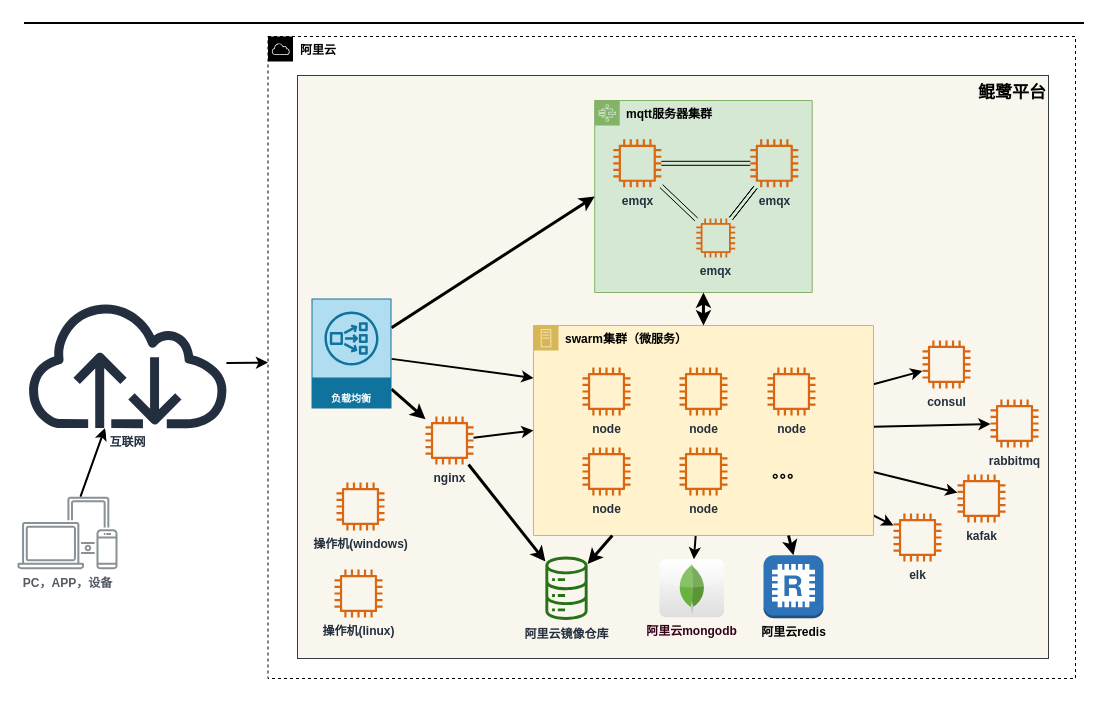
Before: cloud.drawio in jimmy0/chart, a draw.io diagram. Source tidied: cells renumbered, new cells numbered last; positions are measured from the earlier drawing's top-left corner, leaving out a move shared by most shapes. Both pictures are drawn from the tidied source at 100%, with x=0, y=0 at pixel (17, 18).
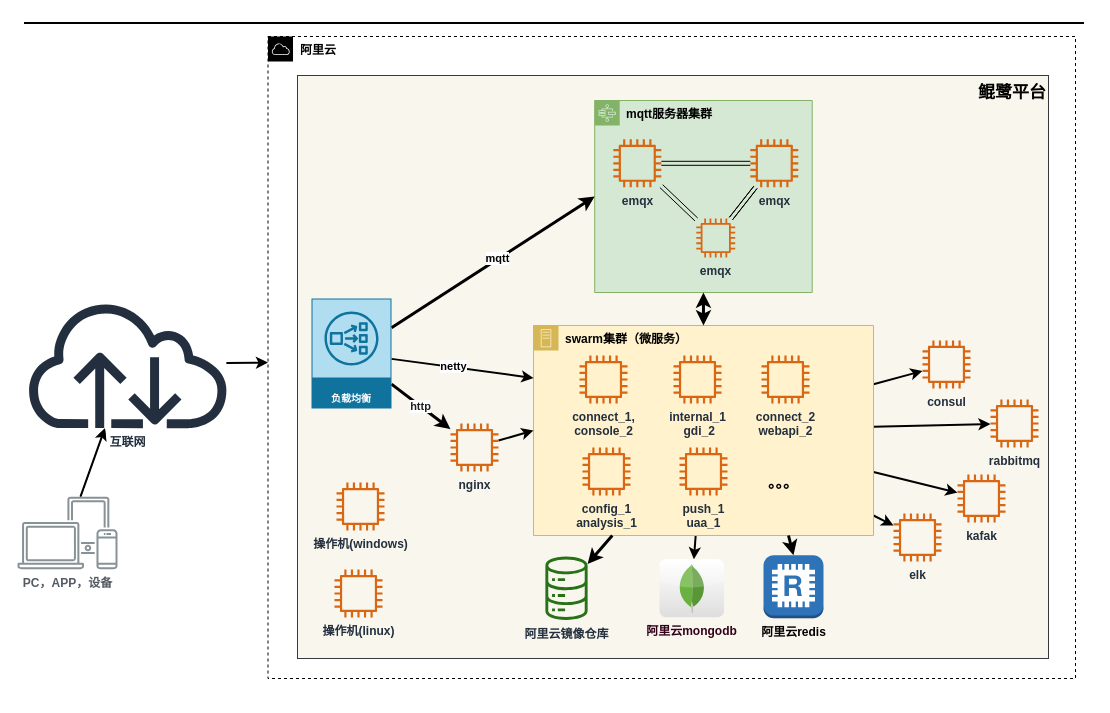
After the change.

Unchanged cells that the change refers to:
```xml
<mxCell id="33" value="阿里云镜像仓库" style="outlineConnect=0;fontColor=#232F3E;gradientColor=none;fillColor=#277116;strokeColor=none;dashed=0;verticalLabelPosition=bottom;verticalAlign=top;align=center;html=1;fontSize=12;fontStyle=1;shape=mxgraph.aws4.iot_analytics_data_store;" parent="1" vertex="1">
  <mxGeometry x="527" y="538" width="44" height="63.5" as="geometry" />
</mxCell>
<mxCell id="39" style="rounded=0;jettySize=auto;html=1;entryX=0;entryY=0.5;entryDx=0;entryDy=0;fontColor=#212121;fontStyle=1;strokeWidth=3;" parent="1" edge="1" source="42" target="4">
  <mxGeometry relative="1" as="geometry" />
</mxCell>
<mxCell id="41" style="edgeStyle=none;rounded=0;jettySize=auto;html=1;entryX=0;entryY=0.25;entryDx=0;entryDy=0;strokeWidth=2;fontColor=#FFFFFF;" parent="1" edge="1" source="42" target="10">
  <mxGeometry relative="1" as="geometry" />
</mxCell>
<mxCell id="42" value="负载均衡" style="outlineConnect=0;dashed=0;verticalLabelPosition=middle;verticalAlign=bottom;align=center;html=1;whiteSpace=wrap;fontSize=10;fontStyle=1;spacing=3;shape=mxgraph.aws4.productIcon;prIcon=mxgraph.aws4.network_load_balancer;fillColor=#b1ddf0;strokeColor=#10739e;fontColor=#FFFFFF;" parent="1" vertex="1">
  <mxGeometry x="294" y="280" width="80" height="110" as="geometry" />
</mxCell>
```

The edit, as a diff of the source:
```diff
@@
-    <mxCell id="25" value="node" style="fontColor=#232F3E;gradientColor=none;fillColor=#D86613;strokeColor=none;dashed=0;verticalLabelPosition=bottom;verticalAlign=top;align=center;html=1;fontSize=12;fontStyle=1;shape=mxgraph.aws4.instance2;" parent="1" vertex="1">
-      <mxGeometry x="565" y="349" width="48" height="48" as="geometry" />
+    <mxCell id="25" value="connect_1,&lt;br&gt;console_2" style="fontColor=#232F3E;gradientColor=none;fillColor=#D86613;strokeColor=none;dashed=0;verticalLabelPosition=bottom;verticalAlign=top;align=center;html=1;fontSize=12;fontStyle=1;shape=mxgraph.aws4.instance2;" parent="1" vertex="1">
+      <mxGeometry x="562" y="337" width="48" height="48" as="geometry" />
     </mxCell>
-    <mxCell id="26" value="node" style="fontColor=#232F3E;gradientColor=none;fillColor=#D86613;strokeColor=none;dashed=0;verticalLabelPosition=bottom;verticalAlign=top;align=center;html=1;fontSize=12;fontStyle=1;shape=mxgraph.aws4.instance2;" parent="1" vertex="1">
-      <mxGeometry x="662" y="349" width="48" height="48" as="geometry" />
+    <mxCell id="26" value="internal_1&lt;br&gt;&amp;nbsp;gdi_2" style="fontColor=#232F3E;gradientColor=none;fillColor=#D86613;strokeColor=none;dashed=0;verticalLabelPosition=bottom;verticalAlign=top;align=center;html=1;fontSize=12;fontStyle=1;shape=mxgraph.aws4.instance2;" parent="1" vertex="1">
+      <mxGeometry x="656" y="337" width="48" height="48" as="geometry" />
     </mxCell>
-    <mxCell id="27" value="node" style="fontColor=#232F3E;gradientColor=none;fillColor=#D86613;strokeColor=none;dashed=0;verticalLabelPosition=bottom;verticalAlign=top;align=center;html=1;fontSize=12;fontStyle=1;shape=mxgraph.aws4.instance2;direction=north;" parent="1" vertex="1">
+    <mxCell id="27" value="config_1&lt;br&gt;analysis_1&lt;br&gt;" style="fontColor=#232F3E;gradientColor=none;fillColor=#D86613;strokeColor=none;dashed=0;verticalLabelPosition=bottom;verticalAlign=top;align=center;html=1;fontSize=12;fontStyle=1;shape=mxgraph.aws4.instance2;direction=north;" parent="1" vertex="1">
       <mxGeometry x="565" y="429" width="48" height="48" as="geometry" />
     </mxCell>
@@
-    <mxCell id="29" value="node" style="fontColor=#232F3E;gradientColor=none;fillColor=#D86613;strokeColor=none;dashed=0;verticalLabelPosition=bottom;verticalAlign=top;align=center;html=1;fontSize=12;fontStyle=1;shape=mxgraph.aws4.instance2;" parent="1" vertex="1">
+    <mxCell id="29" value="push_1&lt;br&gt;uaa_1" style="fontColor=#232F3E;gradientColor=none;fillColor=#D86613;strokeColor=none;dashed=0;verticalLabelPosition=bottom;verticalAlign=top;align=center;html=1;fontSize=12;fontStyle=1;shape=mxgraph.aws4.instance2;" parent="1" vertex="1">
       <mxGeometry x="662" y="429" width="48" height="48" as="geometry" />
     </mxCell>
-    <mxCell id="30" value="node" style="fontColor=#232F3E;gradientColor=none;fillColor=#D86613;strokeColor=none;dashed=0;verticalLabelPosition=bottom;verticalAlign=top;align=center;html=1;fontSize=12;fontStyle=1;shape=mxgraph.aws4.instance2;" parent="1" vertex="1">
-      <mxGeometry x="750" y="349" width="48" height="48" as="geometry" />
+    <mxCell id="30" value="connect_2&lt;br&gt;webapi_2" style="fontColor=#232F3E;gradientColor=none;fillColor=#D86613;strokeColor=none;dashed=0;verticalLabelPosition=bottom;verticalAlign=top;align=center;html=1;fontSize=12;fontStyle=1;shape=mxgraph.aws4.instance2;" parent="1" vertex="1">
+      <mxGeometry x="744" y="337" width="48" height="48" as="geometry" />
     </mxCell>
     <mxCell id="31" value="。。。" style="text;html=1;strokeColor=none;fillColor=none;align=center;verticalAlign=middle;whiteSpace=wrap;rounded=0;fontStyle=1;fontSize=15;fontFamily=Tahoma;" parent="1" vertex="1">
-      <mxGeometry x="750" y="443" width="40" height="20" as="geometry" />
+      <mxGeometry x="746" y="453" width="40" height="20" as="geometry" />
     </mxCell>
@@
+    <mxCell id="50" value="mqtt" style="edgeLabel;html=1;align=center;verticalAlign=middle;fontStyle=1;" parent="39" vertex="1">
+      <mxGeometry x="0.22" y="-5" relative="1" as="geometry">
+        <mxPoint x="-22" y="6" as="offset" />
+      </mxGeometry>
+    </mxCell>
-    <mxCell id="40" style="edgeStyle=none;rounded=0;jettySize=auto;html=1;fontColor=#212121;fontStyle=1;strokeWidth=3;" parent="1" edge="1" source="42" target="45">
+    <mxCell id="40" value="http" style="edgeStyle=none;rounded=0;jettySize=auto;html=1;fontColor=#212121;fontStyle=1;strokeWidth=3;" parent="1" edge="1" source="42" target="45">
       <mxGeometry relative="1" as="geometry" />
     </mxCell>
@@
+    <mxCell id="51" value="netty" style="edgeLabel;html=1;align=center;verticalAlign=middle;fontStyle=1;" parent="41" vertex="1">
+      <mxGeometry x="-0.14" y="1" relative="1" as="geometry" />
+    </mxCell>
@@
     <mxCell id="45" value="nginx" style="outlineConnect=0;fontColor=#232F3E;gradientColor=none;fillColor=#D86613;strokeColor=none;dashed=0;verticalLabelPosition=bottom;verticalAlign=top;align=center;html=1;fontSize=12;fontStyle=1;shape=mxgraph.aws4.instance2;" parent="1" vertex="1">
-      <mxGeometry x="408" y="398" width="48" height="48" as="geometry" />
+      <mxGeometry x="433" y="405" width="48" height="48" as="geometry" />
     </mxCell>
@@
-    <mxCell id="49" style="rounded=0;jettySize=auto;html=1;fontFamily=Tahoma;fontSize=15;fontStyle=1;strokeWidth=3;" parent="1" edge="1" source="45" target="33">
-      <mxGeometry relative="1" as="geometry" />
-    </mxCell>
```
